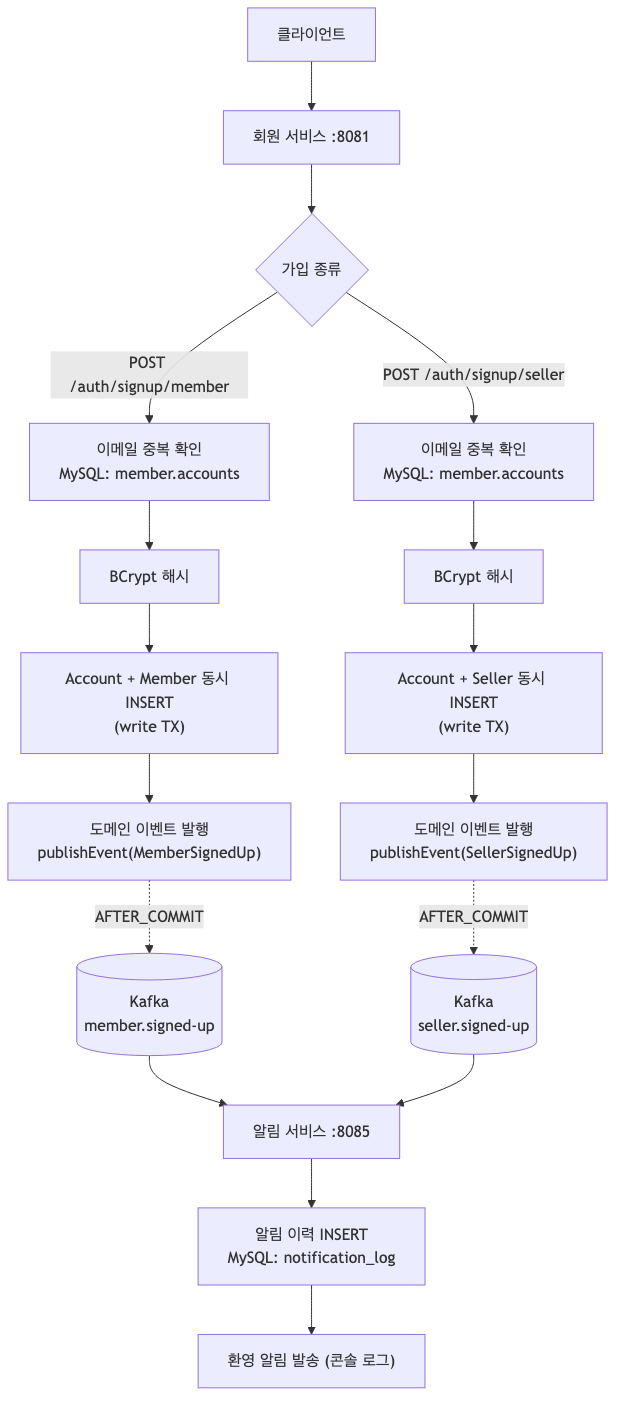
Above: mini-coupang/diagrams/img/signup.png in ing9990/deep-blog (Mermaid), before the change. Its source is kept beside it as mini-coupang/diagrams/src/signup.mmd. Source of this version:
```mermaid
flowchart TD
    C["클라이언트"] --> MS["회원 서비스 :8081"]
    MS --> Branch{가입 종류}

    Branch -- "POST /auth/signup/member" --> VM["이메일 중복 확인<br/>MySQL: member.accounts"]
    VM --> HM["BCrypt 해시"]
    HM --> IM["Account + Member 동시 INSERT<br/>(write TX)"]
    IM --> PM["도메인 이벤트 발행<br/>publishEvent(MemberSignedUp)"]
    PM -. "AFTER_COMMIT" .-> KM[("Kafka<br/>member.signed-up")]

    Branch -- "POST /auth/signup/seller" --> VS["이메일 중복 확인<br/>MySQL: member.accounts"]
    VS --> HS["BCrypt 해시"]
    HS --> IS["Account + Seller 동시 INSERT<br/>(write TX)"]
    IS --> PS["도메인 이벤트 발행<br/>publishEvent(SellerSignedUp)"]
    PS -. "AFTER_COMMIT" .-> KS[("Kafka<br/>seller.signed-up")]

    KM --> NS["알림 서비스 :8085"]
    KS --> NS
    NS --> NL["알림 이력 INSERT<br/>MySQL: notification_log"]
    NL --> ND["환영 알림 발송 (콘솔 로그)"]
```
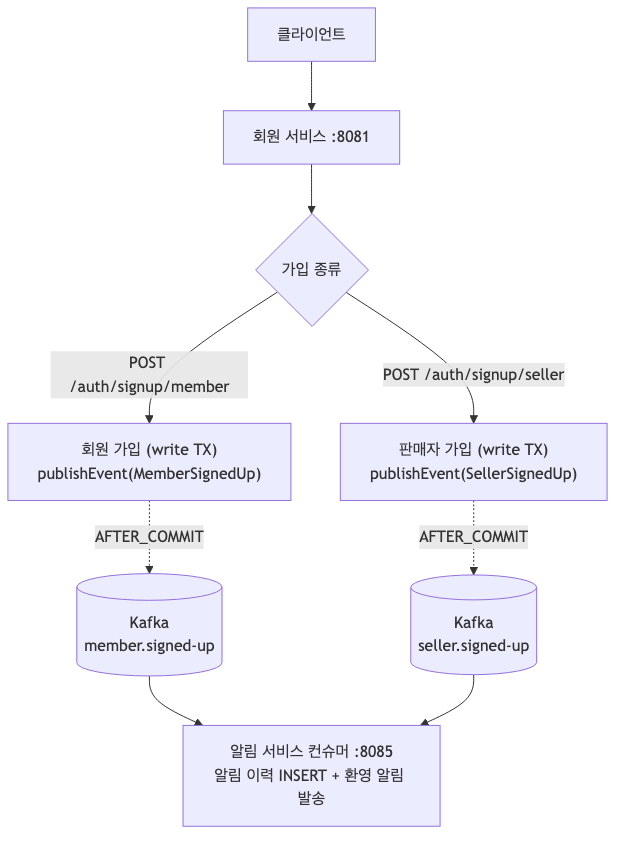
Above is the later version.

Diff of the diagram source:
```diff
@@ -2,19 +2,11 @@
     C["클라이언트"] --> MS["회원 서비스 :8081"]
     MS --> Branch{가입 종류}
 
-    Branch -- "POST /auth/signup/member" --> VM["이메일 중복 확인<br/>MySQL: member.accounts"]
-    VM --> HM["BCrypt 해시"]
-    HM --> IM["Account + Member 동시 INSERT<br/>(write TX)"]
-    IM --> PM["도메인 이벤트 발행<br/>publishEvent(MemberSignedUp)"]
-    PM -. "AFTER_COMMIT" .-> KM[("Kafka<br/>member.signed-up")]
+    Branch -- "POST /auth/signup/member" --> SM["회원 가입 (write TX)<br/>publishEvent(MemberSignedUp)"]
+    SM -. "AFTER_COMMIT" .-> KM[("Kafka<br/>member.signed-up")]
 
-    Branch -- "POST /auth/signup/seller" --> VS["이메일 중복 확인<br/>MySQL: member.accounts"]
-    VS --> HS["BCrypt 해시"]
-    HS --> IS["Account + Seller 동시 INSERT<br/>(write TX)"]
-    IS --> PS["도메인 이벤트 발행<br/>publishEvent(SellerSignedUp)"]
-    PS -. "AFTER_COMMIT" .-> KS[("Kafka<br/>seller.signed-up")]
+    Branch -- "POST /auth/signup/seller" --> SS["판매자 가입 (write TX)<br/>publishEvent(SellerSignedUp)"]
+    SS -. "AFTER_COMMIT" .-> KS[("Kafka<br/>seller.signed-up")]
 
-    KM --> NS["알림 서비스 :8085"]
-    KS --> NS
-    NS --> NL["알림 이력 INSERT<br/>MySQL: notification_log"]
-    NL --> ND["환영 알림 발송 (콘솔 로그)"]
+    KM --> NC["알림 서비스 컨슈머 :8085<br/>알림 이력 INSERT + 환영 알림 발송"]
+    KS --> NC
```
